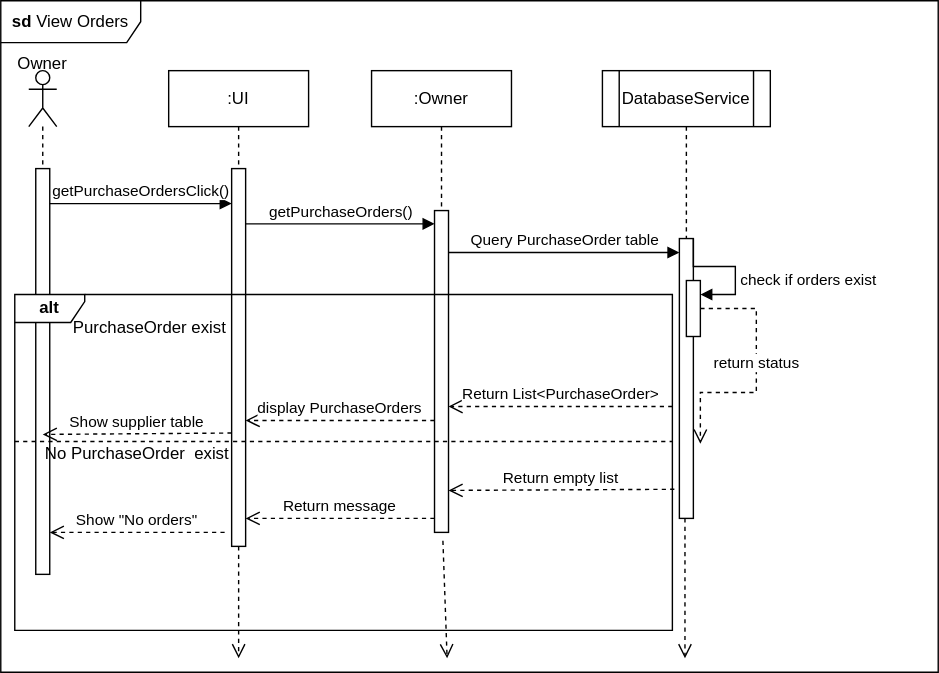
Before: view_order_ISD.svg, a diagram exported from draw.io (Simamkele88/IFM3_GP). Source tidied: cells renumbered, new cells last; positions are measured from the earlier drawing's top-left corner, leaving out a move shared by most shapes. Its diagram source:
```xml
<mxGraphModel>
  <root>
    <mxCell id="0" />
    <mxCell id="1" parent="0" />
    <mxCell id="2" value="&lt;b&gt;sd&lt;/b&gt; View Orders" style="shape=umlFrame;whiteSpace=wrap;html=1;width=100;height=30;" parent="1" vertex="1">
      <mxGeometry width="670" height="480" as="geometry" />
    </mxCell>
    <mxCell id="3" style="shape=umlLifeline;perimeter=lifelinePerimeter;whiteSpace=wrap;html=1;newEdgeStyle={&quot;curved&quot;:0,&quot;rounded&quot;:0};participant=umlActor;" parent="1" vertex="1">
      <mxGeometry x="20" y="50" width="20" height="80" as="geometry" />
    </mxCell>
    <mxCell id="4" value=":UI" style="shape=umlLifeline;perimeter=lifelinePerimeter;whiteSpace=wrap;html=1;newEdgeStyle={&quot;curved&quot;:0,&quot;rounded&quot;:0};" parent="1" vertex="1">
      <mxGeometry x="120" y="50" width="100" height="340" as="geometry" />
    </mxCell>
    <mxCell id="5" style="html=1;points=[[0,0,0,0,5],[0,1,0,0,-5],[1,0,0,0,5],[1,1,0,0,-5]];perimeter=orthogonalPerimeter;outlineConnect=0;targetShapes=umlLifeline;portConstraint=eastwest;newEdgeStyle={&quot;curved&quot;:0,&quot;rounded&quot;:0};" parent="4" vertex="1">
      <mxGeometry x="45" y="70" width="10" height="270" as="geometry" />
    </mxCell>
    <mxCell id="6" style="html=1;points=[[0,0,0,0,5],[0,1,0,0,-5],[1,0,0,0,5],[1,1,0,0,-5]];perimeter=orthogonalPerimeter;outlineConnect=0;targetShapes=umlLifeline;portConstraint=eastwest;newEdgeStyle={&quot;curved&quot;:0,&quot;rounded&quot;:0};" parent="1" vertex="1">
      <mxGeometry x="25" y="120" width="10" height="290" as="geometry" />
    </mxCell>
    <mxCell id="7" value=":Owner" style="shape=umlLifeline;perimeter=lifelinePerimeter;whiteSpace=wrap;html=1;newEdgeStyle={&quot;curved&quot;:0,&quot;rounded&quot;:0};" parent="1" vertex="1">
      <mxGeometry x="265" y="50" width="100" height="100" as="geometry" />
    </mxCell>
    <mxCell id="8" style="html=1;points=[[0,0,0,0,5],[0,1,0,0,-5],[1,0,0,0,5],[1,1,0,0,-5]];perimeter=orthogonalPerimeter;outlineConnect=0;targetShapes=umlLifeline;portConstraint=eastwest;newEdgeStyle={&quot;curved&quot;:0,&quot;rounded&quot;:0};" parent="1" vertex="1">
      <mxGeometry x="310" y="150" width="10" height="230" as="geometry" />
    </mxCell>
    <mxCell id="9" value="getPurchaseOrders()" style="html=1;verticalAlign=bottom;endArrow=block;curved=0;rounded=0;" parent="1" edge="1">
      <mxGeometry relative="1" as="geometry">
        <mxPoint x="175" y="159.5" as="sourcePoint" />
        <mxPoint x="310" y="159.5" as="targetPoint" />
      </mxGeometry>
    </mxCell>
    <mxCell id="10" value="DatabaseService" style="shape=process;whiteSpace=wrap;html=1;backgroundOutline=1;" parent="1" vertex="1">
      <mxGeometry x="430" y="50" width="120" height="40" as="geometry" />
    </mxCell>
    <mxCell id="11" style="html=1;points=[[0,0,0,0,5],[0,1,0,0,-5],[1,0,0,0,5],[1,1,0,0,-5]];perimeter=orthogonalPerimeter;outlineConnect=0;targetShapes=umlLifeline;portConstraint=eastwest;newEdgeStyle={&quot;curved&quot;:0,&quot;rounded&quot;:0};" parent="1" vertex="1">
      <mxGeometry x="485" y="170" width="10" height="200" as="geometry" />
    </mxCell>
    <mxCell id="12" style="html=1;verticalAlign=bottom;endArrow=none;dashed=1;endSize=8;curved=0;rounded=0;startFill=0;exitX=0.5;exitY=1;exitDx=0;exitDy=0;" parent="1" edge="1" source="10" target="11">
      <mxGeometry relative="1" as="geometry" />
    </mxCell>
    <mxCell id="13" style="html=1;verticalAlign=bottom;endArrow=open;dashed=1;endSize=8;curved=0;rounded=0;" parent="1" edge="1" source="5">
      <mxGeometry relative="1" as="geometry">
        <mxPoint x="170" y="470" as="targetPoint" />
      </mxGeometry>
    </mxCell>
    <mxCell id="14" style="html=1;verticalAlign=bottom;endArrow=open;dashed=1;endSize=8;curved=0;rounded=0;exitX=0.6;exitY=1.026;exitDx=0;exitDy=0;exitPerimeter=0;" parent="1" edge="1" source="8">
      <mxGeometry relative="1" as="geometry">
        <mxPoint x="319" y="470" as="targetPoint" />
      </mxGeometry>
    </mxCell>
    <mxCell id="15" style="html=1;verticalAlign=bottom;endArrow=open;dashed=1;endSize=8;curved=0;rounded=0;" parent="1" edge="1">
      <mxGeometry relative="1" as="geometry">
        <mxPoint x="489" y="370" as="sourcePoint" />
        <mxPoint x="489" y="470" as="targetPoint" />
      </mxGeometry>
    </mxCell>
    <mxCell id="16" value="Query PurchaseOrder table" style="html=1;verticalAlign=bottom;endArrow=block;curved=0;rounded=0;" parent="1" edge="1" target="11">
      <mxGeometry relative="1" as="geometry">
        <mxPoint x="320" y="180" as="sourcePoint" />
      </mxGeometry>
    </mxCell>
    <mxCell id="17" style="html=1;points=[[0,0,0,0,5],[0,1,0,0,-5],[1,0,0,0,5],[1,1,0,0,-5]];perimeter=orthogonalPerimeter;outlineConnect=0;targetShapes=umlLifeline;portConstraint=eastwest;newEdgeStyle={&quot;curved&quot;:0,&quot;rounded&quot;:0};" parent="1" vertex="1">
      <mxGeometry x="490" y="200" width="10" height="40" as="geometry" />
    </mxCell>
    <mxCell id="18" value="check if orders exist" style="html=1;align=left;spacingLeft=2;endArrow=block;rounded=0;edgeStyle=orthogonalEdgeStyle;curved=0;rounded=0;" parent="1" edge="1" target="17">
      <mxGeometry x="0.26" relative="1" as="geometry">
        <mxPoint x="495" y="170" as="sourcePoint" />
        <Array as="points">
          <mxPoint x="495" y="190" />
          <mxPoint x="525" y="190" />
          <mxPoint x="525" y="210" />
        </Array>
      </mxGeometry>
    </mxCell>
    <mxCell id="19" value="Owner" style="text;html=1;align=center;verticalAlign=middle;whiteSpace=wrap;rounded=0;" parent="1" vertex="1">
      <mxGeometry y="30" width="60" height="30" as="geometry" />
    </mxCell>
    <mxCell id="20" value="&lt;b&gt;alt&lt;/b&gt;" style="shape=umlFrame;whiteSpace=wrap;html=1;width=50;height=20;" parent="1" vertex="1">
      <mxGeometry x="10" y="210" width="470" height="240" as="geometry" />
    </mxCell>
    <mxCell id="21" value="PurchaseOrder exist" style="text;html=1;" parent="20" vertex="1">
      <mxGeometry width="100" height="20" relative="1" as="geometry">
        <mxPoint x="40" y="10" as="offset" />
      </mxGeometry>
    </mxCell>
    <mxCell id="22" style="line;strokeWidth=1;dashed=1;labelPosition=center;verticalLabelPosition=bottom;align=left;verticalAlign=top;spacingLeft=20;spacingTop=15;html=1;whiteSpace=wrap;" parent="20" vertex="1">
      <mxGeometry y="100" width="470" height="10" as="geometry" />
    </mxCell>
    <mxCell id="23" value="No PurchaseOrder&amp;nbsp; exist" style="text;html=1;" parent="20" vertex="1">
      <mxGeometry x="20" y="100" width="100" height="20" as="geometry" />
    </mxCell>
    <mxCell id="24" value="Return List&amp;lt;PurchaseOrder&amp;gt;" style="html=1;verticalAlign=bottom;endArrow=open;dashed=1;endSize=8;curved=0;rounded=0;" parent="20" edge="1">
      <mxGeometry relative="1" as="geometry">
        <mxPoint x="470" y="80" as="sourcePoint" />
        <mxPoint x="310" y="80" as="targetPoint" />
      </mxGeometry>
    </mxCell>
    <mxCell id="25" value="display PurchaseOrders" style="html=1;verticalAlign=bottom;endArrow=open;dashed=1;endSize=8;curved=0;rounded=0;" parent="20" edge="1" target="5">
      <mxGeometry relative="1" as="geometry">
        <mxPoint x="300" y="90" as="sourcePoint" />
      </mxGeometry>
    </mxCell>
    <mxCell id="26" value="Show supplier table" style="html=1;verticalAlign=bottom;endArrow=open;dashed=1;endSize=8;curved=0;rounded=0;" parent="20" edge="1">
      <mxGeometry relative="1" as="geometry">
        <mxPoint x="155" y="99" as="sourcePoint" />
        <mxPoint x="20" y="100" as="targetPoint" />
      </mxGeometry>
    </mxCell>
    <mxCell id="27" value="Return empty list" style="html=1;verticalAlign=bottom;endArrow=open;dashed=1;endSize=8;curved=0;rounded=0;exitX=1.003;exitY=0.58;exitDx=0;exitDy=0;exitPerimeter=0;" parent="20" edge="1" source="20">
      <mxGeometry relative="1" as="geometry">
        <mxPoint x="310" y="140" as="targetPoint" />
      </mxGeometry>
    </mxCell>
    <mxCell id="28" value="Return message" style="html=1;verticalAlign=bottom;endArrow=open;dashed=1;endSize=8;curved=0;rounded=0;" parent="20" edge="1" target="5">
      <mxGeometry relative="1" as="geometry">
        <mxPoint x="300" y="160" as="sourcePoint" />
      </mxGeometry>
    </mxCell>
    <mxCell id="29" value="Show &quot;No orders&quot;" style="html=1;verticalAlign=bottom;endArrow=open;dashed=1;endSize=8;curved=0;rounded=0;" parent="20" edge="1" target="6">
      <mxGeometry relative="1" as="geometry">
        <mxPoint x="150" y="170" as="sourcePoint" />
      </mxGeometry>
    </mxCell>
    <mxCell id="30" value="return status" style="html=1;verticalAlign=bottom;endArrow=open;dashed=1;endSize=8;rounded=0;edgeStyle=orthogonalEdgeStyle;entryX=1.5;entryY=0.733;entryDx=0;entryDy=0;entryPerimeter=0;" parent="1" edge="1" source="17" target="11">
      <mxGeometry relative="1" as="geometry">
        <Array as="points">
          <mxPoint x="540" y="220" />
          <mxPoint x="540" y="280" />
        </Array>
      </mxGeometry>
    </mxCell>
    <mxCell id="31" value="getPurchaseOrdersClick()" style="html=1;verticalAlign=bottom;endArrow=block;curved=0;rounded=0;" parent="1" edge="1">
      <mxGeometry relative="1" as="geometry">
        <mxPoint x="35" y="145" as="sourcePoint" />
        <mxPoint x="165" y="145" as="targetPoint" />
      </mxGeometry>
    </mxCell>
  </root>
</mxGraphModel>
```
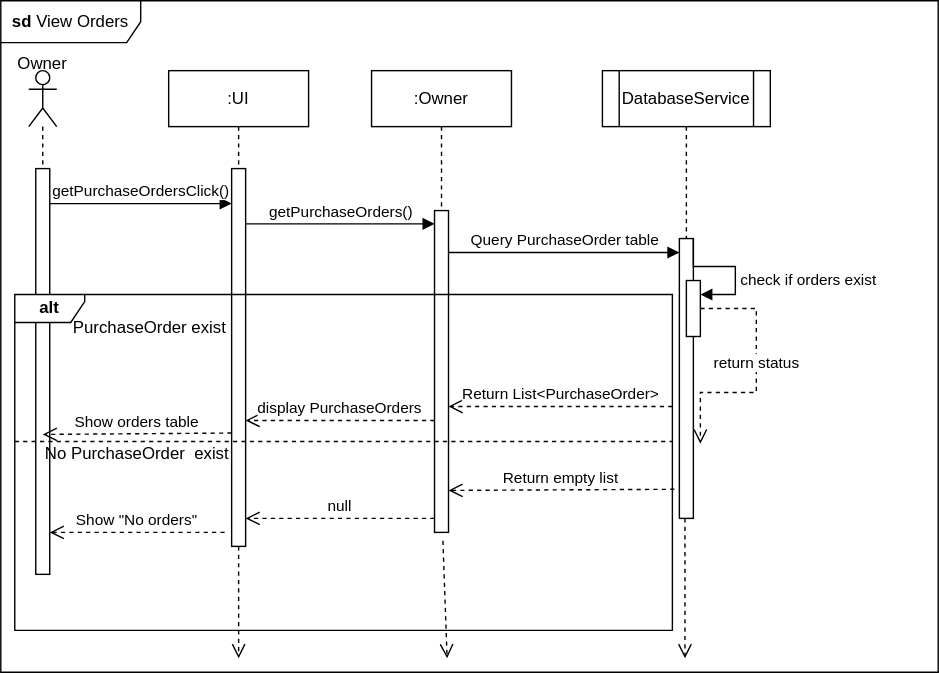
The same file after the commit.

What changed in the source:
```diff
@@ -100,7 +100,7 @@
         <mxPoint x="300" y="90" as="sourcePoint" />
       </mxGeometry>
     </mxCell>
-    <mxCell id="26" value="Show supplier table" style="html=1;verticalAlign=bottom;endArrow=open;dashed=1;endSize=8;curved=0;rounded=0;" parent="20" edge="1">
+    <mxCell id="26" value="Show orders table" style="html=1;verticalAlign=bottom;endArrow=open;dashed=1;endSize=8;curved=0;rounded=0;" parent="20" edge="1">
       <mxGeometry relative="1" as="geometry">
         <mxPoint x="155" y="99" as="sourcePoint" />
         <mxPoint x="20" y="100" as="targetPoint" />
@@ -111,7 +111,7 @@
         <mxPoint x="310" y="140" as="targetPoint" />
       </mxGeometry>
     </mxCell>
-    <mxCell id="28" value="Return message" style="html=1;verticalAlign=bottom;endArrow=open;dashed=1;endSize=8;curved=0;rounded=0;" parent="20" edge="1" target="5">
+    <mxCell id="28" value="null" style="html=1;verticalAlign=bottom;endArrow=open;dashed=1;endSize=8;curved=0;rounded=0;" parent="20" edge="1" target="5">
       <mxGeometry relative="1" as="geometry">
         <mxPoint x="300" y="160" as="sourcePoint" />
       </mxGeometry>
```
